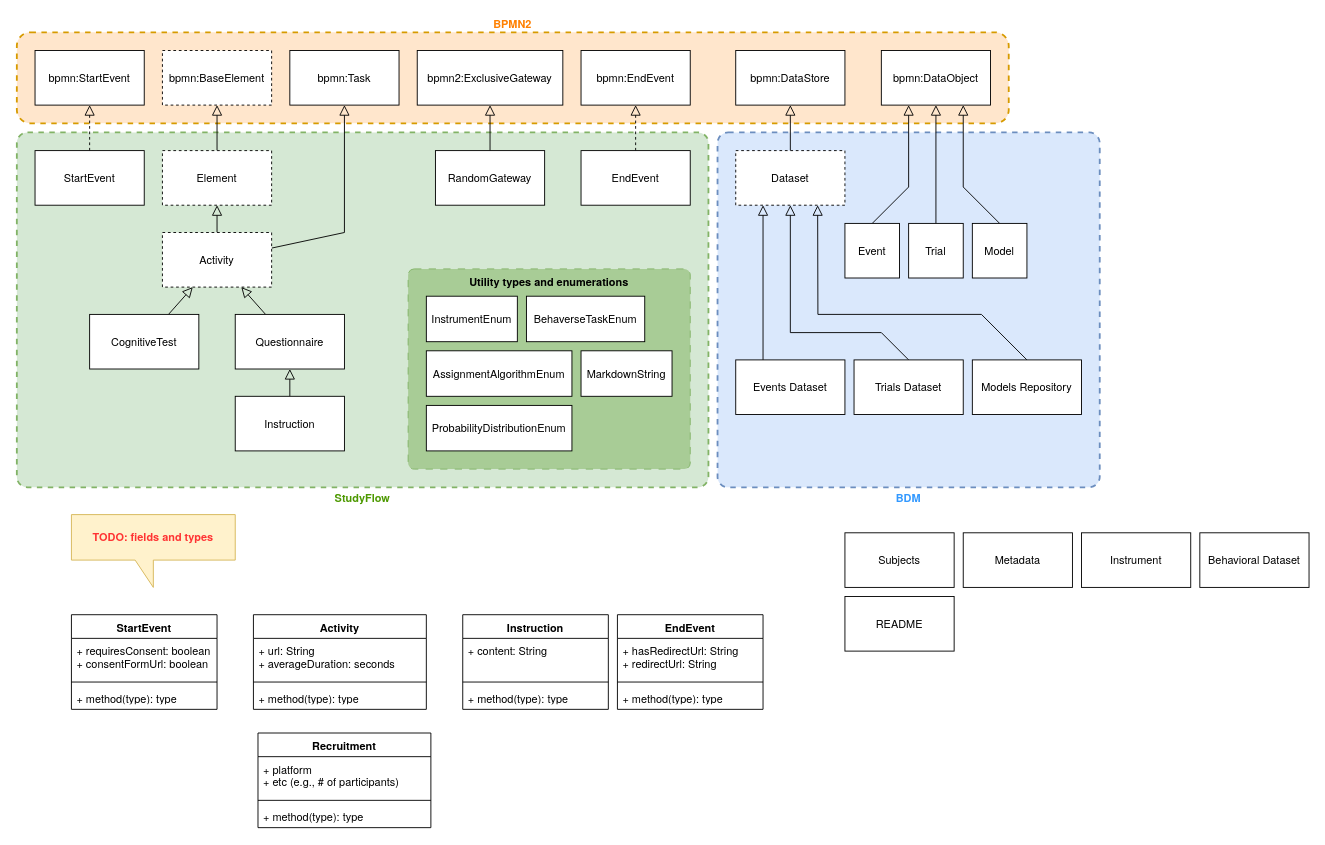
behaverse/studyflow-modeler keeps this draw.io diagram as docs/assets/etc/studyflow_elements_uml.drawio. Above is the earlier version. Source tidied: cells renumbered, new cells numbered last; positions are measured from the earlier drawing's top-left corner, leaving out a move shared by most shapes. Both pictures are drawn from the tidied source at 91%, with x=0, y=0 at pixel (16, 32).
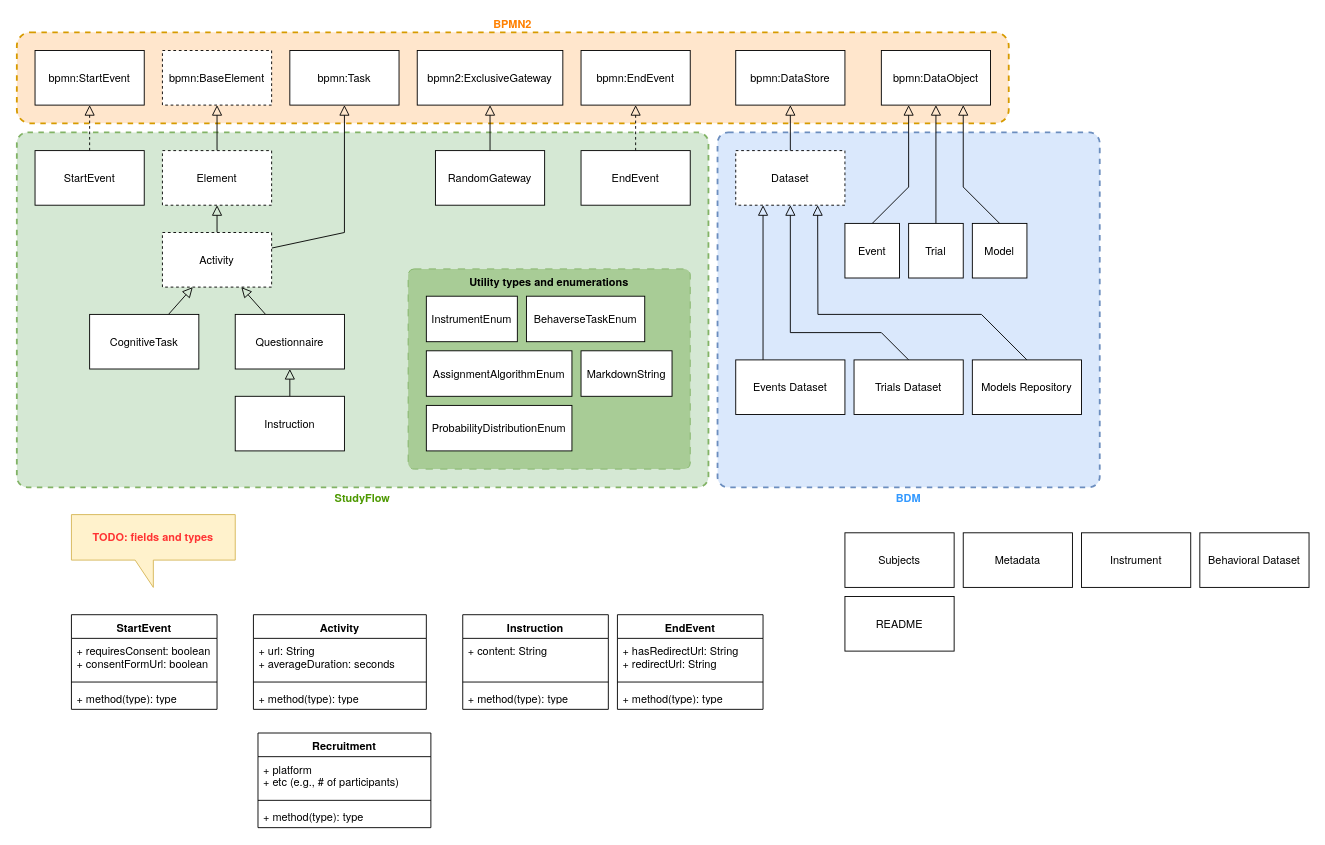
The same diagram, later.

The edit, as a diff of the source:
```diff
@@
-    <mxCell id="14" value="CognitiveTest" style="rounded=0;whiteSpace=wrap;html=1;fontFamily=Helvetica Neue;fontSize=12;" parent="1" vertex="1">
+    <mxCell id="14" value="CognitiveTask" style="rounded=0;whiteSpace=wrap;html=1;fontFamily=Helvetica Neue;fontSize=12;" parent="1" vertex="1">
       <mxGeometry x="80" y="310" width="120" height="60" as="geometry" />
     </mxCell>
```
